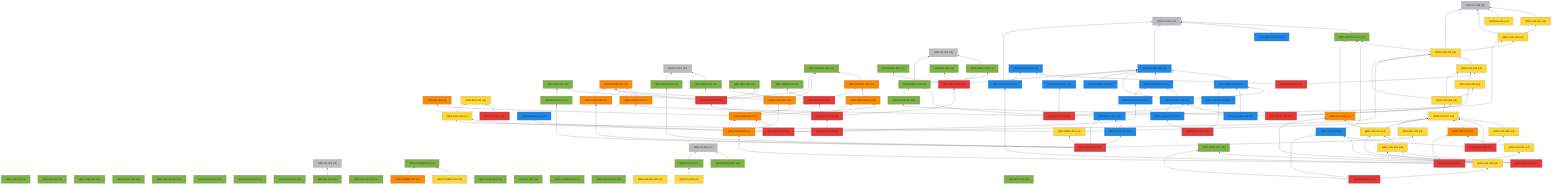
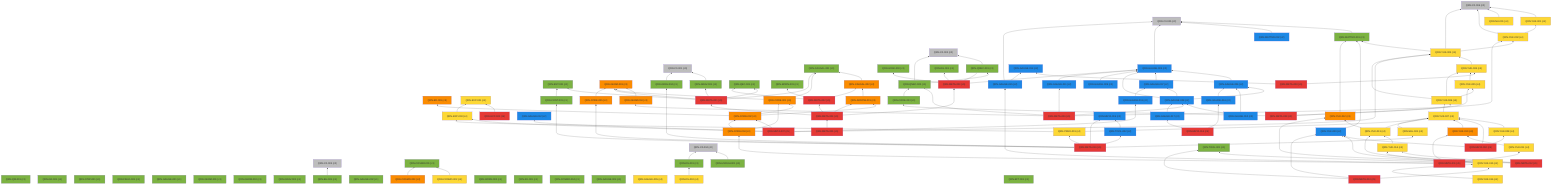
%% 自動生成 (dag/report.pl) — QRN 主張依存グラフ
graph BT
  QRN_C0_001["QRN-C0-001 (c0)"]:::c0
  QRN_C0_002["QRN-C0-002 (c0)"]:::c0
  QRN_C0_003["QRN-C0-003 (c0)"]:::c0
  QRN_C0_004["QRN-C0-004 (c0)"]:::c0
  QRN_C0_005["QRN-C0-005 (c0)"]:::c0
  QRN_C0_006["QRN-C0-006 (c0)"]:::c0
  QRN_QM_001["QRN-QM-001 (c1)"]:::c1
  QRN_GR_001["QRN-GR-001 (c1)"]:::c1
  QRN_STAT_001["QRN-STAT-001 (c1)"]:::c1
  QRN_FIELD_001["QRN-FIELD-001 (c1)"]:::c1
  QRN_GAUGE_001["QRN-GAUGE-001 (c1)"]:::c1
  QRN_ENT_001["QRN-ENT-001 (c1)"]:::c1
  QRN_GEOM_001["QRN-GEOM-001 (c1)"]:::c1
  QRN_GEOM_002["QRN-GEOM-002 (c1)"]:::c1
  QRN_GEOM_003["QRN-GEOM-003 (c3)"]:::c3
  QRN_GRAV_001["QRN-GRAV-001 (c1)"]:::c1
  QRN_GRAV_002["QRN-GRAV-002 (c1)"]:::c1
  QRN_BH_001["QRN-BH-001 (c1)"]:::c1
  QRN_CAUSAL_001["QRN-CAUSAL-001 (c1)"]:::c1
  QRN_CAUSAL_002["QRN-CAUSAL-002 (c3)"]:::c3
  QRN_ER_001["QRN-ER-001 (c3)"]:::c3
  QRN_QEC_001["QRN-QEC-001 (c1)"]:::c1
  QRN_GAUGE_002["QRN-GAUGE-002 (c1)"]:::c1
  QRN_COSMO_001["QRN-COSMO-001 (c1)"]:::c1
  QRN_COSMO_002["QRN-COSMO-002 (c4)"]:::c4
  QRN_COSMO_003["QRN-COSMO-003 (c3)"]:::c3
  QRN_BORN_001["QRN-BORN-001 (c1)"]:::c1
  QRN_BORN_002["QRN-BORN-002 (c1)"]:::c1
  QRN_GRAV_003["QRN-GRAV-003 (c1)"]:::c1
  QRN_KK_001["QRN-KK-001 (c1)"]:::c1
  QRN_MATTER_001["QRN-MATTER-001 (c1)"]:::c1
  QRN_MATTER_002["QRN-MATTER-002 (c2)"]:::c2
  QRN_COSMO_004["QRN-COSMO-004 (c1)"]:::c1
  QRN_EXP_001["QRN-EXP-001 (c4)"]:::c4
  QRN_GAUGE_003["QRN-GAUGE-003 (c2)"]:::c2
  QRN_GAUGE_004["QRN-GAUGE-004 (c1)"]:::c1
  QRN_GAUGE_005["QRN-GAUGE-005 (c4)"]:::c4
  QRN_YUK_001["QRN-YUK-001 (c4)"]:::c4
  QRN_RG_001["QRN-RG-001 (c1)"]:::c1
  QRN_UNRUH_001["QRN-UNRUH-001 (c1)"]:::c1
  QRN_QNEC_001["QRN-QNEC-001 (c1)"]:::c1
  QRN_NU_001["QRN-NU-001 (c4)"]:::c4
  QRN_GAUGE_006["QRN-GAUGE-006 (c2)"]:::c2
  QRN_DS_001["QRN-DS-001 (c1)"]:::c1
  QRN_DS_002["QRN-DS-002 (c4)"]:::c4
  QRN_ARROW_001["QRN-ARROW-001 (c3)"]:::c3
  QRN_GAUGE_007["QRN-GAUGE-007 (c2)"]:::c2
  QRN_EFT_001["QRN-EFT-001 (c1)"]:::c1
  QRN_GAUGE_008["QRN-GAUGE-008 (c2)"]:::c2
  QRN_GAUGE_009["QRN-GAUGE-009 (c2)"]:::c2
  QRN_GAUGE_010["QRN-GAUGE-010 (c2)"]:::c2
  QRN_QNEC_002["QRN-QNEC-002 (c1)"]:::c1
  QRN_GEOM_004["QRN-GEOM-004 (c3)"]:::c3
  QRN_YUK_002["QRN-YUK-002 (c4)"]:::c4
  QRN_EXP_002["QRN-EXP-002 (c5)"]:::c5
  QRN_CORE_001["QRN-CORE-001 (c3)"]:::c3
  QRN_GAUGE_011["QRN-GAUGE-011 (c2)"]:::c2
  QRN_GAUGE_012["QRN-GAUGE-012 (c2)"]:::c2
  QRN_YUK_003["QRN-YUK-003 (c4)"]:::c4
  QRN_EXP_003["QRN-EXP-003 (c4)"]:::c4
  QRN_CORE_002["QRN-CORE-002 (c3)"]:::c3
  QRN_GAUGE_013["QRN-GAUGE-013 (c2)"]:::c2
  QRN_YUK_004["QRN-YUK-004 (c4)"]:::c4
  QRN_GAUGE_014["QRN-GAUGE-014 (c2)"]:::c2
  QRN_META_001["QRN-META-001 (c5)"]:::c5
  QRN_META_002["QRN-META-002 (c5)"]:::c5
  QRN_META_003["QRN-META-003 (c5)"]:::c5
  QRN_META_004["QRN-META-004 (c5)"]:::c5
  QRN_META_005["QRN-META-005 (c5)"]:::c5
  QRN_META_006["QRN-META-006 (c5)"]:::c5
  QRN_META_007["QRN-META-007 (c5)"]:::c5
  QRN_META_008["QRN-META-008 (c5)"]:::c5
  QRN_YUK_005["QRN-YUK-005 (c4)"]:::c4
  QRN_YUK_006["QRN-YUK-006 (c4)"]:::c4
  QRN_CORE_003["QRN-CORE-003 (c1)"]:::c1
  QRN_META_009["QRN-META-009 (c5)"]:::c5
  QRN_YUK_007["QRN-YUK-007 (c4)"]:::c4
  QRN_YUK_008["QRN-YUK-008 (c4)"]:::c4
  QRN_YUK_009["QRN-YUK-009 (c2)"]:::c2
  QRN_META_010["QRN-META-010 (c5)"]:::c5
  QRN_GAUGE_015["QRN-GAUGE-015 (c2)"]:::c2
  QRN_YUK_010["QRN-YUK-010 (c3)"]:::c3
  QRN_YUK_011["QRN-YUK-011 (c4)"]:::c4
  QRN_CORE_004["QRN-CORE-004 (c3)"]:::c3
  QRN_META_011["QRN-META-011 (c5)"]:::c5
  QRN_YUK_012["QRN-YUK-012 (c3)"]:::c3
  QRN_YUK_013["QRN-YUK-013 (c4)"]:::c4
  QRN_YUK_014["QRN-YUK-014 (c4)"]:::c4
  QRN_META_012["QRN-META-012 (c5)"]:::c5
  QRN_TOOL_001["QRN-TOOL-001 (c1)"]:::c1
  QRN_YUK_015["QRN-YUK-015 (c4)"]:::c4
  QRN_META_013["QRN-META-013 (c5)"]:::c5
  QRN_GAUGE_016["QRN-GAUGE-016 (c2)"]:::c2
  QRN_GAUGE_017["QRN-GAUGE-017 (c2)"]:::c2
  QRN_META_014["QRN-META-014 (c5)"]:::c5
  QRN_META_015["QRN-META-015 (c2)"]:::c2
  QRN_TOOL_002["QRN-TOOL-002 (c2)"]:::c2
  QRN_CORE_005["QRN-CORE-005 (c3)"]:::c3
  QRN_CONT_001["QRN-CONT-001 (c1)"]:::c1
  QRN_SEL_001["QRN-SEL-001 (c4)"]:::c4
  QRN_GRAV_004["QRN-GRAV-004 (c1)"]:::c1
  QRN_PRED_001["QRN-PRED-001 (c4)"]:::c4
  QRN_META_016["QRN-META-016 (c5)"]:::c5
+   QRN_YUK_016["QRN-YUK-016 (c4)"]:::c4
  QRN_GRAV_001 --> QRN_C0_001
  QRN_BH_001 --> QRN_C0_003
  QRN_CAUSAL_002 --> QRN_CAUSAL_001
  QRN_COSMO_002 --> QRN_COSMO_001
  QRN_COSMO_003 --> QRN_COSMO_001
  QRN_MATTER_001 --> QRN_C0_005
  QRN_MATTER_002 --> QRN_C0_005
  QRN_GAUGE_003 --> QRN_C0_005
  QRN_YUK_001 --> QRN_C0_006
  QRN_UNRUH_001 --> QRN_C0_004
  QRN_QNEC_001 --> QRN_C0_002
  QRN_NU_001 --> QRN_C0_006
  QRN_GAUGE_006 --> QRN_GAUGE_003
  QRN_DS_001 --> QRN_C0_004
  QRN_DS_002 --> QRN_DS_001
  QRN_ARROW_001 --> QRN_CAUSAL_002
  QRN_GAUGE_007 --> QRN_GAUGE_003
  QRN_GAUGE_008 --> QRN_GAUGE_003
  QRN_GAUGE_008 --> QRN_GAUGE_006
  QRN_GAUGE_008 --> QRN_GAUGE_007
  QRN_GAUGE_009 --> QRN_GAUGE_003
  QRN_GAUGE_010 --> QRN_GAUGE_006
  QRN_GAUGE_010 --> QRN_GAUGE_008
  QRN_QNEC_002 --> QRN_C0_002
  QRN_QNEC_002 --> QRN_QNEC_001
  QRN_GEOM_004 --> QRN_GEOM_003
  QRN_YUK_002 --> QRN_C0_006
  QRN_YUK_002 --> QRN_YUK_001
  QRN_EXP_002 --> QRN_EXP_001
  QRN_CORE_001 --> QRN_GEOM_003
  QRN_CORE_001 --> QRN_CAUSAL_001
  QRN_GAUGE_011 --> QRN_GAUGE_003
  QRN_YUK_003 --> QRN_C0_006
  QRN_YUK_003 --> QRN_MATTER_001
  QRN_YUK_003 --> QRN_YUK_002
  QRN_EXP_003 --> QRN_EXP_001
  QRN_CORE_002 --> QRN_CORE_001
  QRN_CORE_002 --> QRN_ER_001
  QRN_CORE_002 --> QRN_ARROW_001
  QRN_GAUGE_013 --> QRN_GAUGE_007
  QRN_YUK_004 --> QRN_YUK_003
  QRN_META_001 --> QRN_GEOM_003
  QRN_META_001 --> QRN_GRAV_001
  QRN_META_001 --> QRN_CAUSAL_001
  QRN_META_001 --> QRN_QEC_001
  QRN_META_001 --> QRN_ENT_001
  QRN_META_002 --> QRN_QEC_001
  QRN_META_002 --> QRN_BORN_001
  QRN_META_002 --> QRN_CAUSAL_002
  QRN_META_003 --> QRN_GAUGE_003
  QRN_META_003 --> QRN_RG_001
  QRN_META_003 --> QRN_QNEC_001
  QRN_META_003 --> QRN_GRAV_003
  QRN_META_004 --> QRN_META_001
  QRN_META_004 --> QRN_META_002
  QRN_META_004 --> QRN_META_003
  QRN_META_004 --> QRN_ARROW_001
  QRN_META_005 --> QRN_META_004
  QRN_META_006 --> QRN_GAUGE_008
  QRN_META_006 --> QRN_QNEC_002
  QRN_META_006 --> QRN_GEOM_004
  QRN_META_006 --> QRN_YUK_002
  QRN_META_006 --> QRN_GAUGE_011
  QRN_META_007 --> QRN_GAUGE_012
  QRN_META_007 --> QRN_YUK_003
  QRN_META_007 --> QRN_EXP_003
  QRN_META_007 --> QRN_CORE_002
  QRN_META_007 --> QRN_GAUGE_013
  QRN_META_008 --> QRN_YUK_004
  QRN_META_008 --> QRN_GAUGE_014
  QRN_YUK_005 --> QRN_YUK_004
  QRN_YUK_006 --> QRN_YUK_003
  QRN_YUK_006 --> QRN_YUK_004
  QRN_YUK_006 --> QRN_YUK_005
  QRN_CORE_003 --> QRN_QNEC_002
  QRN_META_009 --> QRN_YUK_005
  QRN_META_009 --> QRN_YUK_006
  QRN_META_009 --> QRN_CORE_003
  QRN_YUK_007 --> QRN_YUK_006
  QRN_YUK_008 --> QRN_YUK_007
  QRN_YUK_009 --> QRN_MATTER_001
  QRN_META_010 --> QRN_YUK_007
  QRN_META_010 --> QRN_YUK_008
  QRN_META_010 --> QRN_YUK_009
  QRN_GAUGE_015 --> QRN_C0_005
  QRN_GAUGE_015 --> QRN_GAUGE_014
  QRN_YUK_010 --> QRN_YUK_007
  QRN_YUK_011 --> QRN_YUK_010
  QRN_CORE_004 --> QRN_CORE_001
  QRN_CORE_004 --> QRN_CORE_002
  QRN_META_011 --> QRN_GAUGE_015
  QRN_META_011 --> QRN_YUK_010
  QRN_META_011 --> QRN_YUK_011
  QRN_META_011 --> QRN_CORE_004
  QRN_YUK_012 --> QRN_MATTER_001
  QRN_YUK_013 --> QRN_YUK_012
  QRN_YUK_013 --> QRN_YUK_007
  QRN_YUK_014 --> QRN_YUK_013
  QRN_META_012 --> QRN_YUK_012
  QRN_META_012 --> QRN_YUK_013
  QRN_META_012 --> QRN_YUK_014
  QRN_YUK_015 --> QRN_YUK_014
  QRN_YUK_015 --> QRN_TOOL_001
  QRN_YUK_015 --> QRN_YUK_009
  QRN_META_013 --> QRN_YUK_015
  QRN_META_013 --> QRN_TOOL_001
  QRN_META_013 --> QRN_YUK_009
  QRN_GAUGE_016 --> QRN_GAUGE_006
  QRN_GAUGE_017 --> QRN_GAUGE_008
  QRN_META_014 --> QRN_GAUGE_016
  QRN_META_014 --> QRN_GAUGE_017
  QRN_TOOL_002 --> QRN_META_015
  QRN_CORE_005 --> QRN_GEOM_003
  QRN_CONT_001 --> QRN_ENT_001
  QRN_SEL_001 --> QRN_YUK_007
  QRN_GRAV_004 --> QRN_C0_001
  QRN_PRED_001 --> QRN_YUK_007
  QRN_PRED_001 --> QRN_EXP_003
  QRN_META_016 --> QRN_META_015
  QRN_META_016 --> QRN_TOOL_002
  QRN_META_016 --> QRN_CORE_005
  QRN_META_016 --> QRN_CONT_001
  QRN_META_016 --> QRN_SEL_001
  QRN_META_016 --> QRN_GRAV_004
  QRN_META_016 --> QRN_PRED_001
+   QRN_YUK_016 --> QRN_YUK_015
  classDef c0 fill:#bdbdbd
  classDef c1 fill:#7cb342
  classDef c2 fill:#1e88e5
  classDef c3 fill:#fb8c00
  classDef c4 fill:#fdd835
  classDef c5 fill:#e53935
